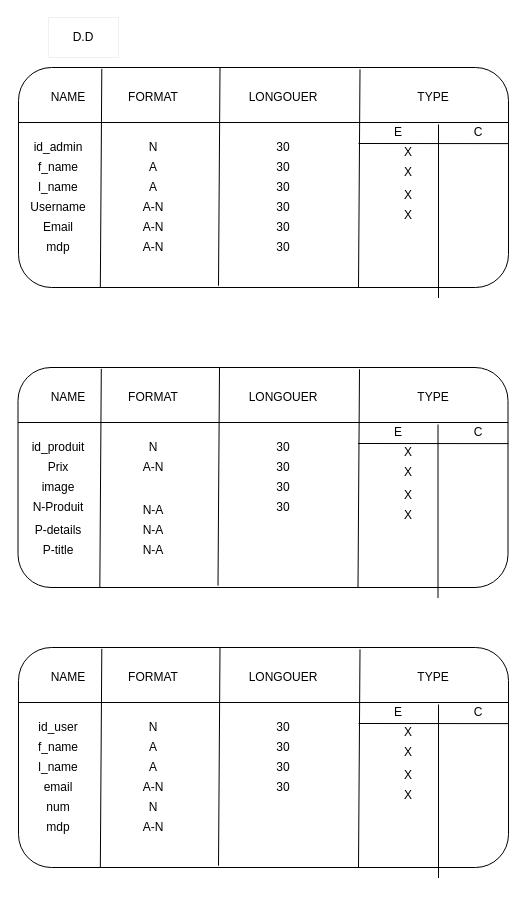
zakaria444/PFR keeps this draw.io diagram as DD.drawio. Above is the earlier version. Source tidied: cells renumbered, new cells numbered last; positions are measured from the earlier drawing's top-left corner, leaving out a move shared by most shapes. Both pictures are drawn from the tidied source at 100%, with x=0, y=0 at pixel (18, 17).
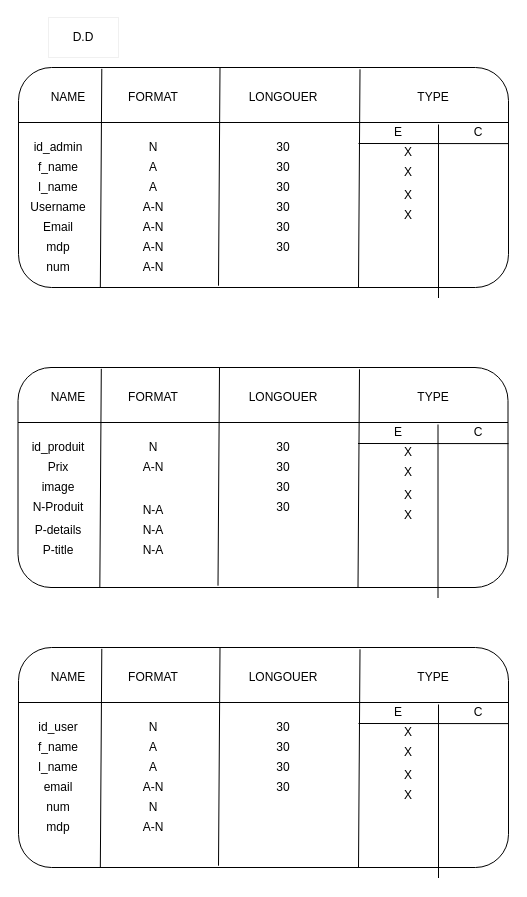
The same page after the edit.

Commit message (it also covers changes not shown here):
add mcd mld

Diff of the diagram source:
```diff
@@
+    <mxCell id="106" value="num" style="text;html=1;fillColor=none;align=center;verticalAlign=middle;whiteSpace=wrap;rounded=0;strokeWidth=1;perimeterSpacing=0;" parent="1" vertex="1">
+      <mxGeometry x="19.5" y="240" width="40" height="20" as="geometry" />
+    </mxCell>
+    <mxCell id="107" value="A-N" style="text;html=1;align=center;verticalAlign=middle;whiteSpace=wrap;rounded=0;strokeWidth=1;perimeterSpacing=0;" parent="1" vertex="1">
+      <mxGeometry x="115" y="240" width="40" height="20" as="geometry" />
+    </mxCell>
```
